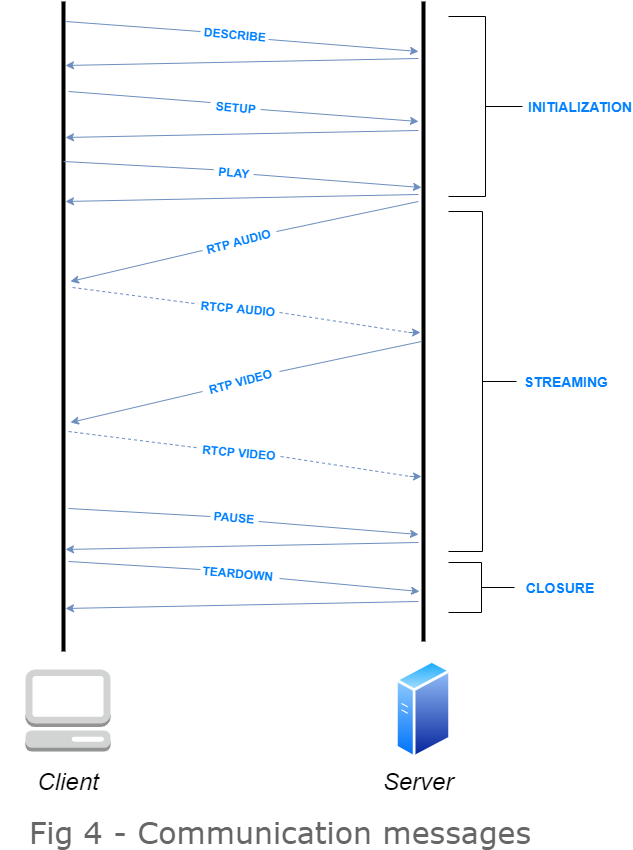
Earlier version of the draw.io export images/exchanges.png (VideoStreamingEnseirb/RTSP-RTP). Source tidied: cells renumbered, new cells last; positions are measured from the earlier drawing's top-left corner, leaving out a move shared by most shapes.
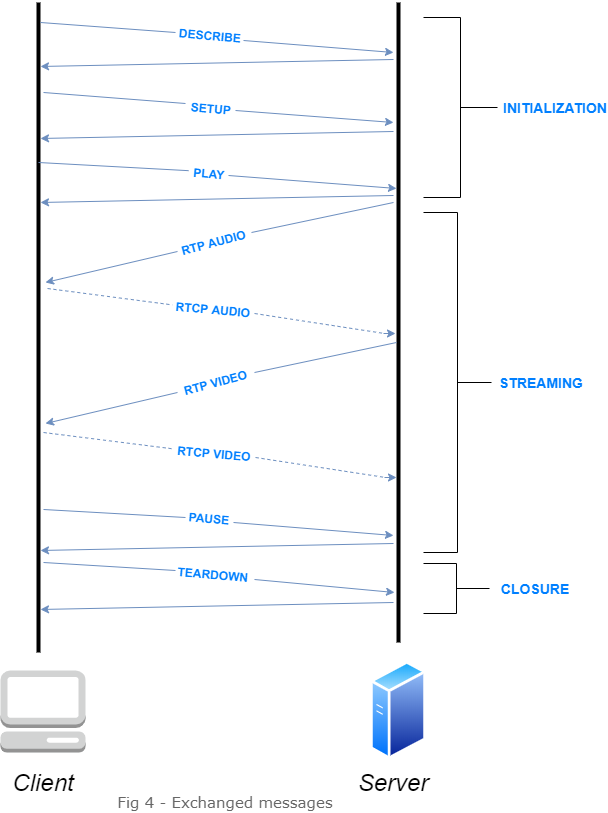
After the change.

Change to the diagram source:
```diff
@@ -218,8 +218,8 @@
     <mxCell id="47" style="dashed=0;verticalLabelPosition=bottom;verticalAlign=top;align=center;html=1;shape=mxgraph.aws3.management_console;fillColor=#D2D3D3;gradientColor=none;" parent="1" vertex="1">
       <mxGeometry x="25" y="668" width="85" height="82" as="geometry" />
     </mxCell>
-    <mxCell id="48" value="&lt;font style=&quot;font-size: 30px&quot; face=&quot;Verdana&quot; color=&quot;#666666&quot;&gt;Fig 4 - Communication messages&lt;/font&gt;" style="text;html=1;strokeColor=none;fillColor=none;align=center;verticalAlign=middle;whiteSpace=wrap;rounded=0;" parent="1" vertex="1">
-      <mxGeometry y="820" width="560" height="20" as="geometry" />
-    </mxCell>
+    <mxCell id="49" value="&lt;span style=&quot;color: rgb(102 , 102 , 102) ; font-family: &amp;#34;verdana&amp;#34;&quot;&gt;&lt;font style=&quot;font-size: 15px&quot;&gt;Fig 4 - Exchanged messages&lt;/font&gt;&lt;/span&gt;" style="text;html=1;strokeColor=none;fillColor=none;align=center;verticalAlign=middle;whiteSpace=wrap;rounded=0;" parent="1" vertex="1">
+      <mxGeometry x="105" y="790" width="290" height="20" as="geometry" />
+    </mxCell>
   </root>
 </mxGraphModel>
```
